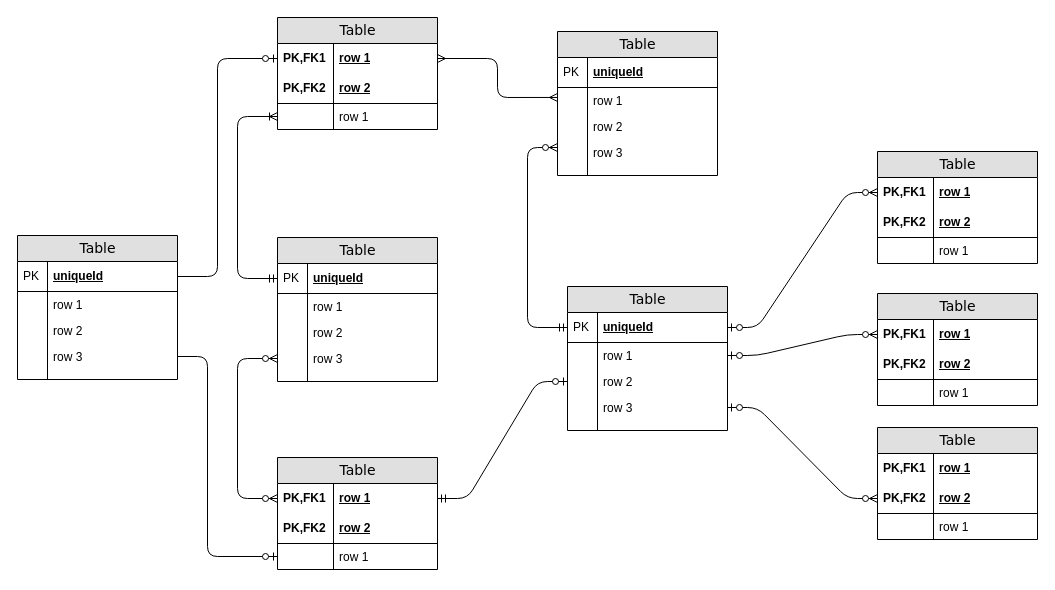
The draw.io diagram Launch-Tracker-Schema.drawio in jonjones320/Capstone-1, before the edit. Source tidied: cells renumbered, new cells numbered last; positions are measured from the earlier drawing's top-left corner, leaving out a move shared by most shapes. Both pictures are drawn from the tidied source at 100%, with x=0, y=0 at pixel (17, 17).
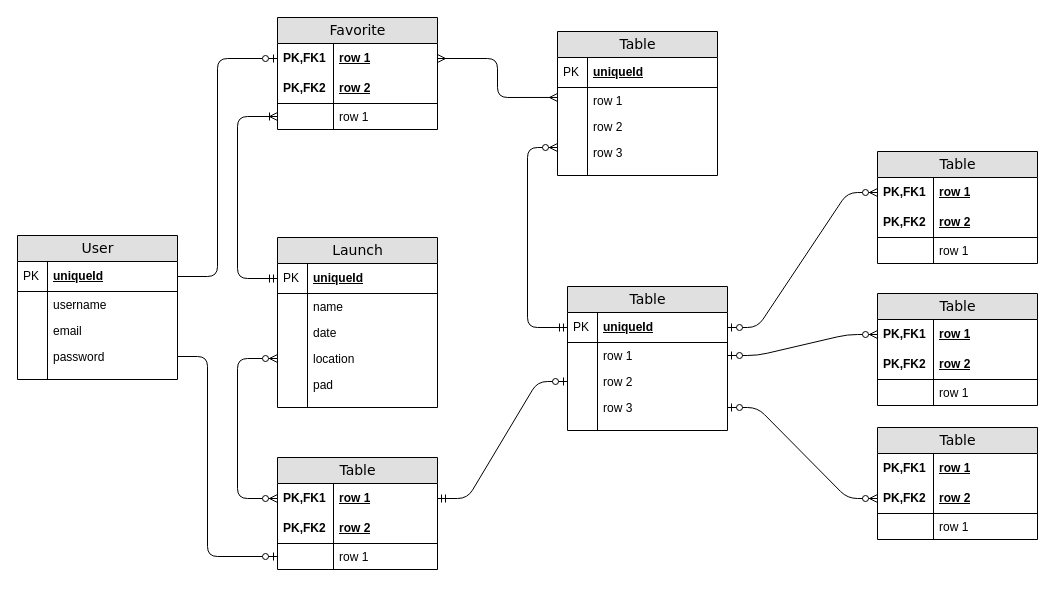
The same diagram, later.

Diff of the diagram source:
```diff
@@
-    <mxCell id="2" value="Table" style="swimlane;html=1;fontStyle=0;horizontal=1;startSize=26;fillColor=#e0e0e0;swimlaneFillColor=#ffffff;align=center;rounded=0;shadow=0;comic=0;labelBackgroundColor=none;strokeWidth=1;fontFamily=Verdana;fontSize=14;" parent="1" vertex="1">
+    <mxCell id="2" value="Favorite" style="swimlane;html=1;fontStyle=0;horizontal=1;startSize=26;fillColor=#e0e0e0;swimlaneFillColor=#ffffff;align=center;rounded=0;shadow=0;comic=0;labelBackgroundColor=none;strokeWidth=1;fontFamily=Verdana;fontSize=14;" parent="1" vertex="1">
       <mxGeometry x="260" width="160" height="112" as="geometry" />
     </mxCell>
@@
-    <mxCell id="20" value="Table" style="swimlane;html=1;fontStyle=0;horizontal=1;startSize=26;fillColor=#e0e0e0;swimlaneFillColor=#ffffff;align=center;rounded=0;shadow=0;comic=0;labelBackgroundColor=none;strokeWidth=1;fontFamily=Verdana;fontSize=14;" parent="1" vertex="1">
-      <mxGeometry x="260" y="220" width="160" height="144" as="geometry" />
+    <mxCell id="20" value="Launch" style="swimlane;html=1;fontStyle=0;horizontal=1;startSize=26;fillColor=#e0e0e0;swimlaneFillColor=#ffffff;align=center;rounded=0;shadow=0;comic=0;labelBackgroundColor=none;strokeWidth=1;fontFamily=Verdana;fontSize=14;" parent="1" vertex="1">
+      <mxGeometry x="260" y="220" width="160" height="170" as="geometry" />
     </mxCell>
@@
-    <mxCell id="23" value="row 1" style="shape=partialRectangle;top=0;left=0;right=0;bottom=0;html=1;align=left;verticalAlign=top;fillColor=none;spacingLeft=34;spacingRight=4;whiteSpace=wrap;overflow=hidden;" parent="20" vertex="1">
+    <mxCell id="23" value="name" style="shape=partialRectangle;top=0;left=0;right=0;bottom=0;html=1;align=left;verticalAlign=top;fillColor=none;spacingLeft=34;spacingRight=4;whiteSpace=wrap;overflow=hidden;" parent="20" vertex="1">
       <mxGeometry y="56" width="160" height="26" as="geometry" />
     </mxCell>
@@
-    <mxCell id="25" value="row 2" style="shape=partialRectangle;top=0;left=0;right=0;bottom=0;html=1;align=left;verticalAlign=top;fillColor=none;spacingLeft=34;spacingRight=4;whiteSpace=wrap;overflow=hidden;" parent="20" vertex="1">
+    <mxCell id="25" value="date" style="shape=partialRectangle;top=0;left=0;right=0;bottom=0;html=1;align=left;verticalAlign=top;fillColor=none;spacingLeft=34;spacingRight=4;whiteSpace=wrap;overflow=hidden;" parent="20" vertex="1">
       <mxGeometry y="82" width="160" height="26" as="geometry" />
     </mxCell>
@@
-    <mxCell id="27" value="row 3" style="shape=partialRectangle;top=0;left=0;right=0;bottom=0;html=1;align=left;verticalAlign=top;fillColor=none;spacingLeft=34;spacingRight=4;whiteSpace=wrap;overflow=hidden;points=[[0,0.5],[1,0.5]];portConstraint=eastwest;" parent="20" vertex="1">
+    <mxCell id="27" value="location" style="shape=partialRectangle;top=0;left=0;right=0;bottom=0;html=1;align=left;verticalAlign=top;fillColor=none;spacingLeft=34;spacingRight=4;whiteSpace=wrap;overflow=hidden;points=[[0,0.5],[1,0.5]];portConstraint=eastwest;" parent="20" vertex="1">
       <mxGeometry y="108" width="160" height="26" as="geometry" />
     </mxCell>
@@
+    <mxCell id="91" value="pad" style="shape=partialRectangle;top=0;left=0;right=0;bottom=0;html=1;align=left;verticalAlign=top;fillColor=none;spacingLeft=34;spacingRight=4;whiteSpace=wrap;overflow=hidden;" parent="20" vertex="1">
+      <mxGeometry y="134" width="160" height="26" as="geometry" />
+    </mxCell>
+    <mxCell id="92" style="shape=partialRectangle;top=0;left=0;bottom=0;html=1;fillColor=none;align=left;verticalAlign=top;spacingLeft=4;spacingRight=4;whiteSpace=wrap;overflow=hidden;" parent="91" vertex="1">
+      <mxGeometry width="30" height="26" as="geometry" />
+    </mxCell>
     <mxCell id="29" style="shape=partialRectangle;top=0;left=0;right=0;bottom=0;html=1;align=left;verticalAlign=top;fillColor=none;spacingLeft=34;spacingRight=4;whiteSpace=wrap;overflow=hidden;" parent="20" vertex="1">
-      <mxGeometry y="134" width="160" height="10" as="geometry" />
+      <mxGeometry y="160" width="160" height="10" as="geometry" />
     </mxCell>
@@
-    <mxCell id="78" value="Table" style="swimlane;html=1;fontStyle=0;horizontal=1;startSize=26;fillColor=#e0e0e0;swimlaneFillColor=#ffffff;align=center;rounded=0;shadow=0;comic=0;labelBackgroundColor=none;strokeWidth=1;fontFamily=Verdana;fontSize=14;" parent="1" vertex="1">
+    <mxCell id="78" value="User" style="swimlane;html=1;fontStyle=0;horizontal=1;startSize=26;fillColor=#e0e0e0;swimlaneFillColor=#ffffff;align=center;rounded=0;shadow=0;comic=0;labelBackgroundColor=none;strokeWidth=1;fontFamily=Verdana;fontSize=14;" parent="1" vertex="1">
       <mxGeometry y="218" width="160" height="144" as="geometry" />
     </mxCell>
@@
-    <mxCell id="81" value="row 1" style="shape=partialRectangle;top=0;left=0;right=0;bottom=0;html=1;align=left;verticalAlign=top;fillColor=none;spacingLeft=34;spacingRight=4;whiteSpace=wrap;overflow=hidden;" parent="78" vertex="1">
+    <mxCell id="81" value="username" style="shape=partialRectangle;top=0;left=0;right=0;bottom=0;html=1;align=left;verticalAlign=top;fillColor=none;spacingLeft=34;spacingRight=4;whiteSpace=wrap;overflow=hidden;" parent="78" vertex="1">
       <mxGeometry y="56" width="160" height="26" as="geometry" />
     </mxCell>
@@
-    <mxCell id="83" value="row 2" style="shape=partialRectangle;top=0;left=0;right=0;bottom=0;html=1;align=left;verticalAlign=top;fillColor=none;spacingLeft=34;spacingRight=4;whiteSpace=wrap;overflow=hidden;" parent="78" vertex="1">
+    <mxCell id="83" value="email" style="shape=partialRectangle;top=0;left=0;right=0;bottom=0;html=1;align=left;verticalAlign=top;fillColor=none;spacingLeft=34;spacingRight=4;whiteSpace=wrap;overflow=hidden;" parent="78" vertex="1">
       <mxGeometry y="82" width="160" height="26" as="geometry" />
     </mxCell>
@@
-    <mxCell id="85" value="row 3" style="shape=partialRectangle;top=0;left=0;right=0;bottom=0;html=1;align=left;verticalAlign=top;fillColor=none;spacingLeft=34;spacingRight=4;whiteSpace=wrap;overflow=hidden;points=[[0,0.5],[1,0.5]];portConstraint=eastwest;" parent="78" vertex="1">
+    <mxCell id="85" value="password" style="shape=partialRectangle;top=0;left=0;right=0;bottom=0;html=1;align=left;verticalAlign=top;fillColor=none;spacingLeft=34;spacingRight=4;whiteSpace=wrap;overflow=hidden;points=[[0,0.5],[1,0.5]];portConstraint=eastwest;" parent="78" vertex="1">
       <mxGeometry y="108" width="160" height="26" as="geometry" />
     </mxCell>
```
